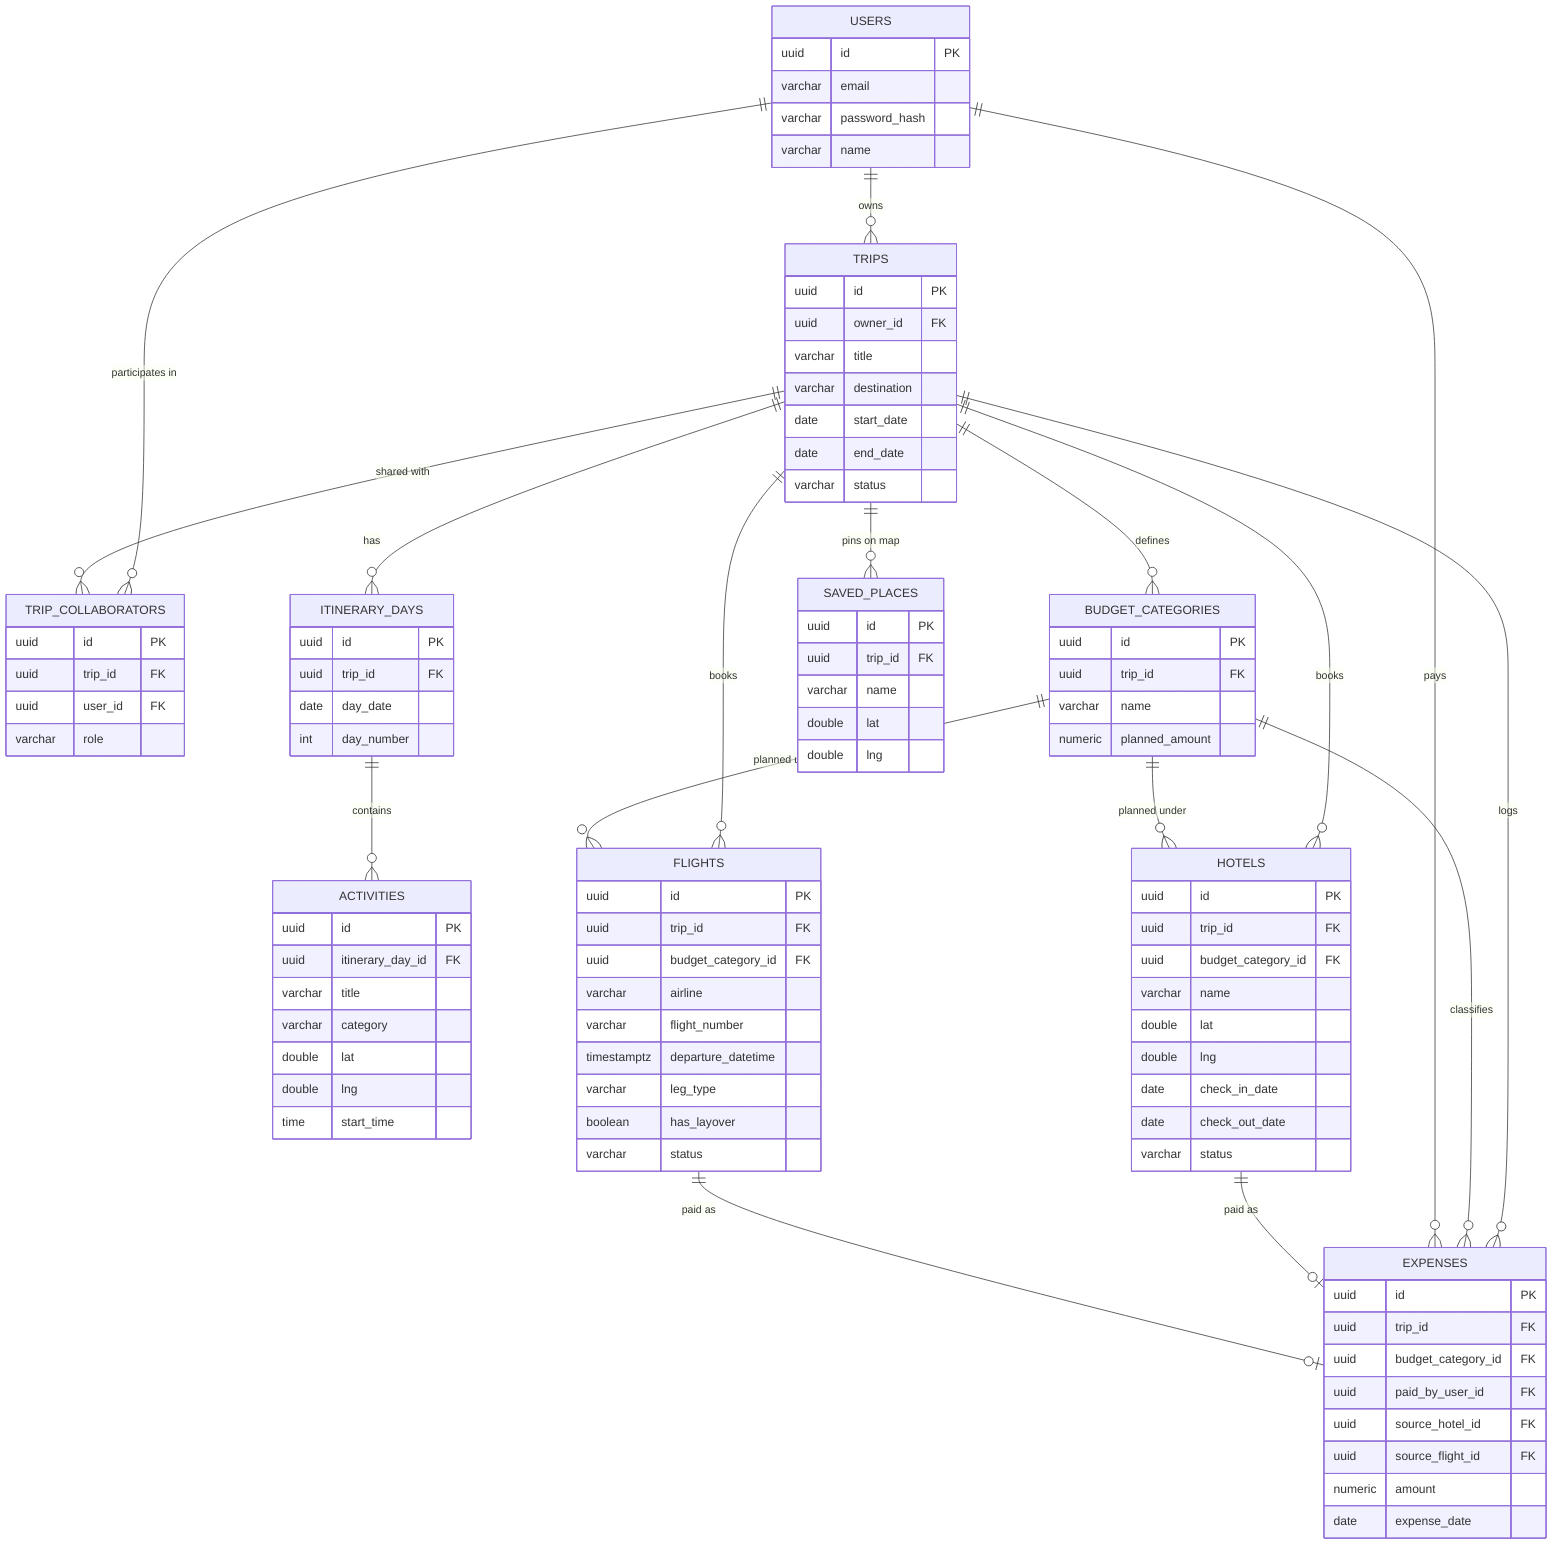
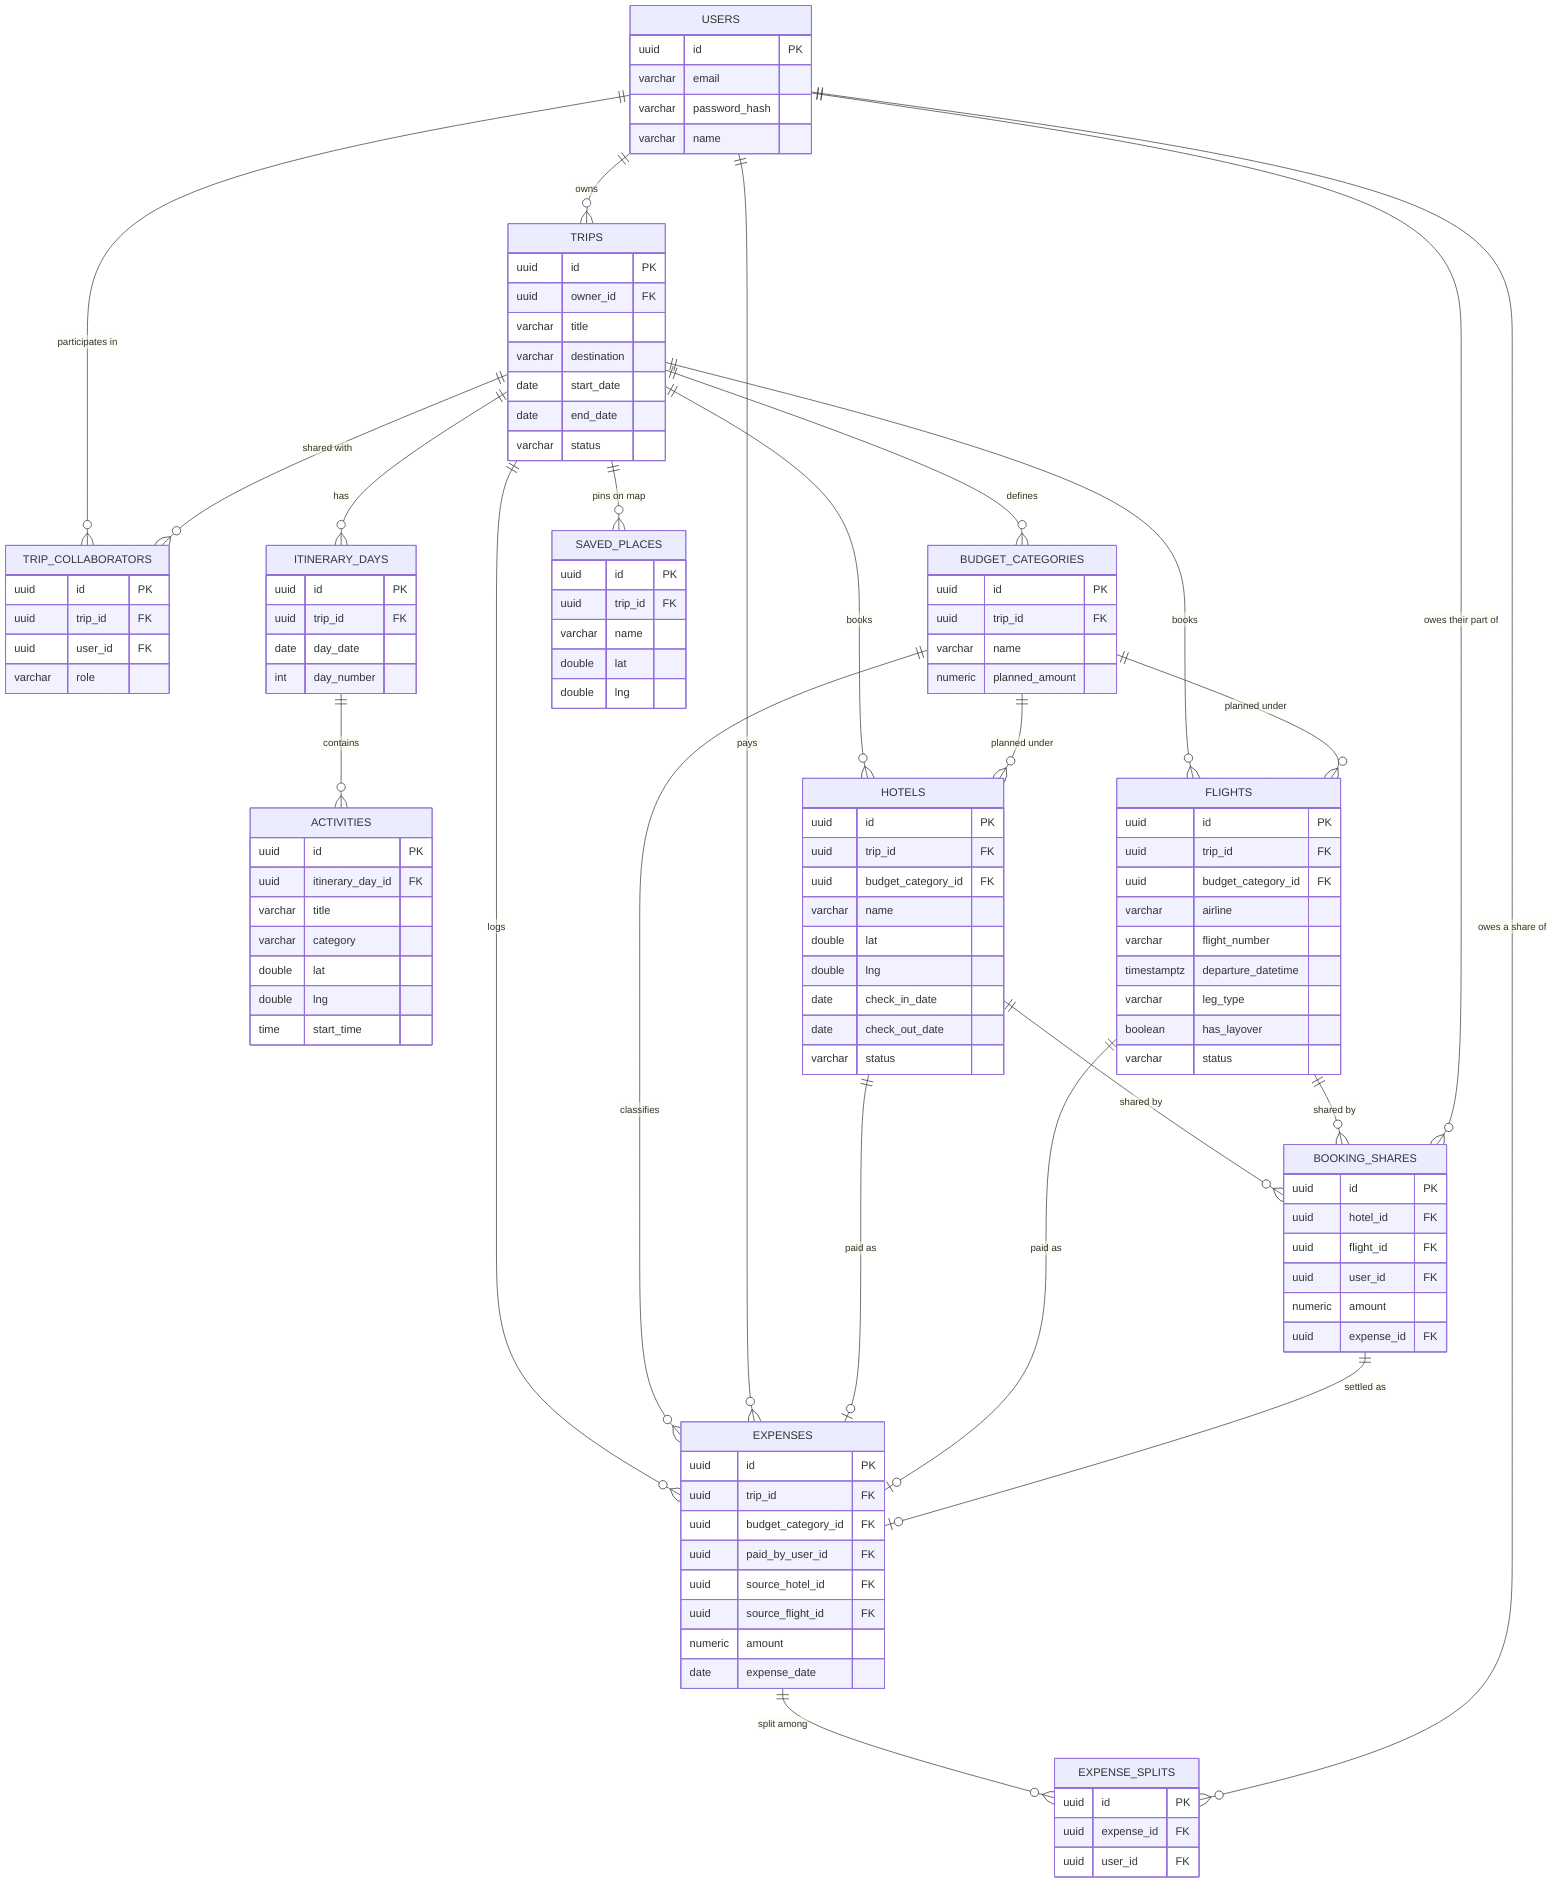
erDiagram
    USERS ||--o{ TRIPS : "owns"
    USERS ||--o{ TRIP_COLLABORATORS : "participates in"
    TRIPS ||--o{ TRIP_COLLABORATORS : "shared with"
    TRIPS ||--o{ ITINERARY_DAYS : "has"
    ITINERARY_DAYS ||--o{ ACTIVITIES : "contains"
    TRIPS ||--o{ BUDGET_CATEGORIES : "defines"
    TRIPS ||--o{ EXPENSES : "logs"
    BUDGET_CATEGORIES ||--o{ EXPENSES : "classifies"
    USERS ||--o{ EXPENSES : "pays"
    TRIPS ||--o{ HOTELS : "books"
    TRIPS ||--o{ FLIGHTS : "books"
    TRIPS ||--o{ SAVED_PLACES : "pins on map"
    BUDGET_CATEGORIES ||--o{ HOTELS : "planned under"
    BUDGET_CATEGORIES ||--o{ FLIGHTS : "planned under"
    HOTELS ||--o| EXPENSES : "paid as"
    FLIGHTS ||--o| EXPENSES : "paid as"
+     EXPENSES ||--o{ EXPENSE_SPLITS : "split among"
+     USERS ||--o{ EXPENSE_SPLITS : "owes a share of"
+     HOTELS ||--o{ BOOKING_SHARES : "shared by"
+     FLIGHTS ||--o{ BOOKING_SHARES : "shared by"
+     USERS ||--o{ BOOKING_SHARES : "owes their part of"
+     BOOKING_SHARES ||--o| EXPENSES : "settled as"

    USERS {
        uuid id PK
        varchar email
        varchar password_hash
        varchar name
    }
    TRIPS {
        uuid id PK
        uuid owner_id FK
        varchar title
        varchar destination
        date start_date
        date end_date
        varchar status
    }
    TRIP_COLLABORATORS {
        uuid id PK
        uuid trip_id FK
        uuid user_id FK
        varchar role
    }
    ITINERARY_DAYS {
        uuid id PK
        uuid trip_id FK
        date day_date
        int day_number
    }
    ACTIVITIES {
        uuid id PK
        uuid itinerary_day_id FK
        varchar title
        varchar category
        double lat
        double lng
        time start_time
    }
    BUDGET_CATEGORIES {
        uuid id PK
        uuid trip_id FK
        varchar name
        numeric planned_amount
    }
    EXPENSES {
        uuid id PK
        uuid trip_id FK
        uuid budget_category_id FK
        uuid paid_by_user_id FK
        uuid source_hotel_id FK
        uuid source_flight_id FK
        numeric amount
        date expense_date
    }
    HOTELS {
        uuid id PK
        uuid trip_id FK
        uuid budget_category_id FK
        varchar name
        double lat
        double lng
        date check_in_date
        date check_out_date
        varchar status
    }
    FLIGHTS {
        uuid id PK
        uuid trip_id FK
        uuid budget_category_id FK
        varchar airline
        varchar flight_number
        timestamptz departure_datetime
        varchar leg_type
        boolean has_layover
        varchar status
    }
    SAVED_PLACES {
        uuid id PK
        uuid trip_id FK
        varchar name
        double lat
        double lng
    }
+     EXPENSE_SPLITS {
+         uuid id PK
+         uuid expense_id FK
+         uuid user_id FK
+     }
+     BOOKING_SHARES {
+         uuid id PK
+         uuid hotel_id FK
+         uuid flight_id FK
+         uuid user_id FK
+         numeric amount
+         uuid expense_id FK
+     }
